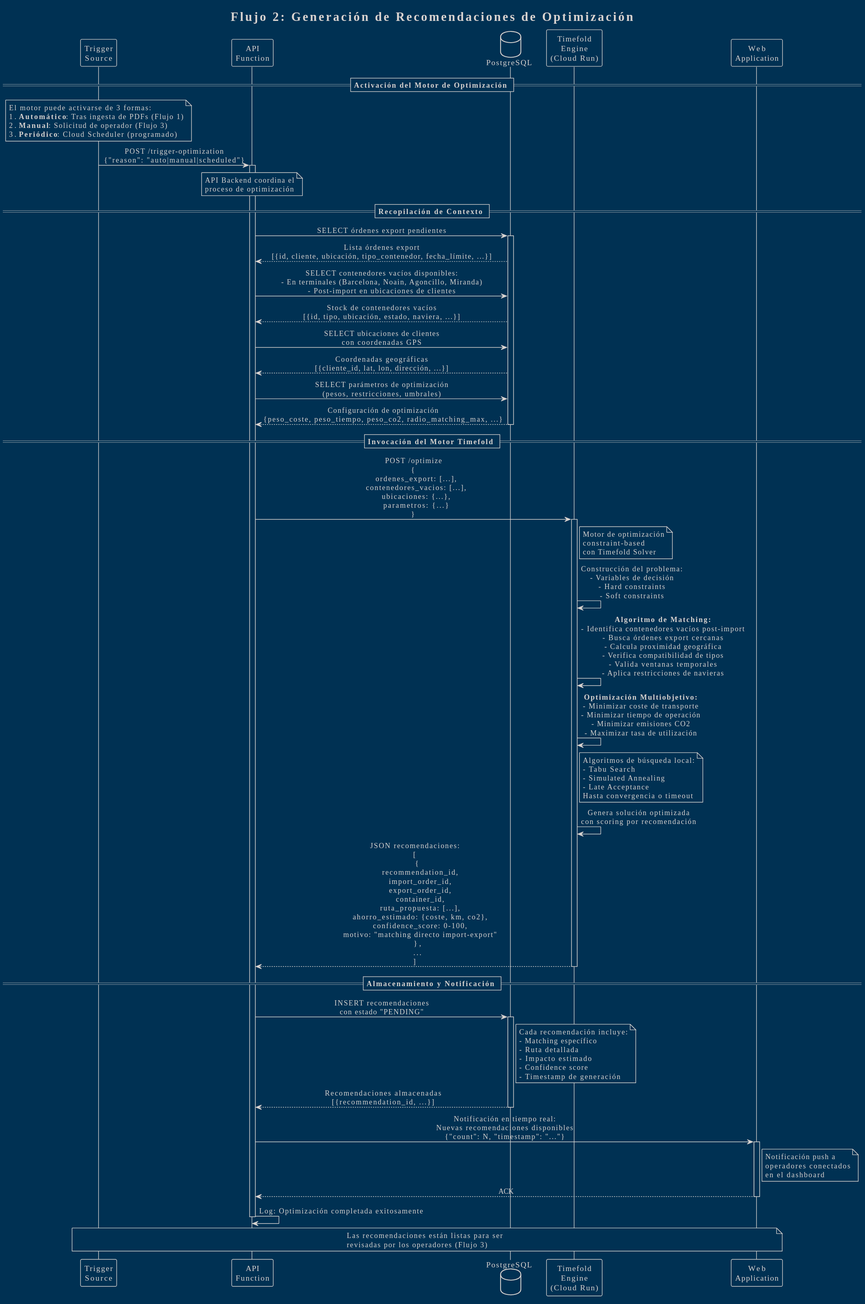
Earlier version of the PlantUML export diagrams/sequence-optimization-flow.svg (jatarifa/rhenus-logistic-offer). Source of this version:
```plantuml
@startuml
!theme blueprint
skinparam responseMessageBelowArrow true
skinparam sequenceMessageAlign center

title Flujo 2: Generación de Recomendaciones de Optimización

participant "Trigger\nSource" as Trigger
participant "API\nFunction" as API
database "PostgreSQL" as DB
participant "Timefold\nEngine\n(Cloud Run)" as Timefold
participant "Web\nApplication" as WebApp

== Activación del Motor de Optimización ==

note over Trigger
  El motor puede activarse de 3 formas:
  1. **Automático**: Tras ingesta de PDFs (Flujo 1)
  2. **Manual**: Solicitud de operador (Flujo 3)
  3. **Periódico**: Cloud Scheduler (programado)
end note

Trigger -> API: POST /trigger-optimization\n{"reason": "auto|manual|scheduled"}
activate API

note over API
  API Backend coordina el
  proceso de optimización
end note

== Recopilación de Contexto ==

API -> DB: SELECT órdenes export pendientes
activate DB
DB --> API: Lista órdenes export\n[{id, cliente, ubicación, tipo_contenedor, fecha_límite, ...}]

API -> DB: SELECT contenedores vacíos disponibles:\n- En terminales (Barcelona, Noain, Agoncillo, Miranda)\n- Post-import en ubicaciones de clientes
DB --> API: Stock de contenedores vacíos\n[{id, tipo, ubicación, estado, naviera, ...}]

API -> DB: SELECT ubicaciones de clientes\ncon coordenadas GPS
DB --> API: Coordenadas geográficas\n[{cliente_id, lat, lon, dirección, ...}]

API -> DB: SELECT parámetros de optimización\n(pesos, restricciones, umbrales)
DB --> API: Configuración de optimización\n{peso_coste, peso_tiempo, peso_co2, radio_matching_max, ...}

deactivate DB

== Invocación del Motor Timefold ==

API -> Timefold: POST /optimize\n{\n  ordenes_export: [...],\n  contenedores_vacios: [...],\n  ubicaciones: {...},\n  parametros: {...}\n}
activate Timefold

note right of Timefold
  Motor de optimización
  constraint-based
  con Timefold Solver
end note

Timefold -> Timefold: Construcción del problema:\n- Variables de decisión\n- Hard constraints\n- Soft constraints

Timefold -> Timefold: **Algoritmo de Matching:**\n- Identifica contenedores vacíos post-import\n- Busca órdenes export cercanas\n- Calcula proximidad geográfica\n- Verifica compatibilidad de tipos\n- Valida ventanas temporales\n- Aplica restricciones de navieras

Timefold -> Timefold: **Optimización Multiobjetivo:**\n- Minimizar coste de transporte\n- Minimizar tiempo de operación\n- Minimizar emisiones CO2\n- Maximizar tasa de utilización

note right of Timefold
  Algoritmos de búsqueda local:
  - Tabu Search
  - Simulated Annealing
  - Late Acceptance
  Hasta convergencia o timeout
end note

Timefold -> Timefold: Genera solución optimizada\ncon scoring por recomendación

Timefold --> API: JSON recomendaciones:\n[\n  {\n    recommendation_id,\n    import_order_id,\n    export_order_id,\n    container_id,\n    ruta_propuesta: [...],\n    ahorro_estimado: {coste, km, co2},\n    confidence_score: 0-100,\n    motivo: "matching directo import-export"\n  },\n  ...\n]
deactivate Timefold

== Almacenamiento y Notificación ==

API -> DB: INSERT recomendaciones\ncon estado "PENDING"
activate DB
note right of DB
  Cada recomendación incluye:
  - Matching específico
  - Ruta detallada
  - Impacto estimado
  - Confidence score
  - Timestamp de generación
end note
DB --> API: Recomendaciones almacenadas\n[{recommendation_id, ...}]
deactivate DB

API -> WebApp: Notificación en tiempo real:\nNuevas recomendaciones disponibles\n{"count": N, "timestamp": "..."}
activate WebApp
note right of WebApp
  Notificación push a
  operadores conectados
  en el dashboard
end note
WebApp --> API: ACK
deactivate WebApp

API -> API: Log: Optimización completada exitosamente

deactivate API

note over Trigger, WebApp
  Las recomendaciones están listas para ser
  revisadas por los operadores (Flujo 3)
end note
@enduml
```
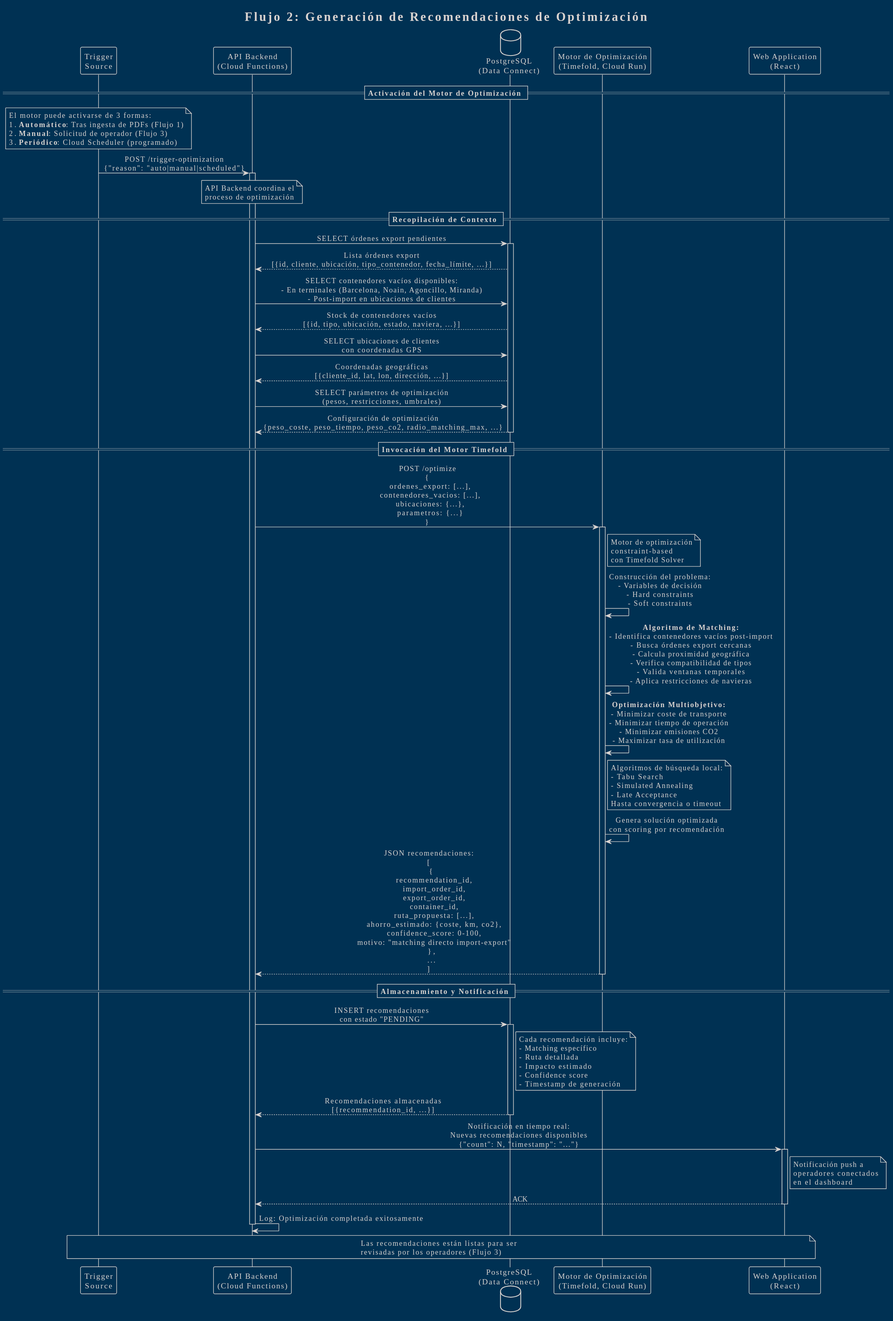
After the commit.

Commit message:
Refine technical offer details: enhance component descriptions, clarify data flow, and improve overall structure for better understanding.

The edit, as a diff of the source:
```diff
@@ -6,10 +6,10 @@
 title Flujo 2: Generación de Recomendaciones de Optimización
 
 participant "Trigger\nSource" as Trigger
-participant "API\nFunction" as API
-database "PostgreSQL" as DB
-participant "Timefold\nEngine\n(Cloud Run)" as Timefold
-participant "Web\nApplication" as WebApp
+participant "API Backend\n(Cloud Functions)" as API
+database "PostgreSQL\n(Data Connect)" as DB
+participant "Motor de Optimización\n(Timefold, Cloud Run)" as Timefold
+participant "Web Application\n(React)" as WebApp
 
 == Activación del Motor de Optimización ==
 
```
